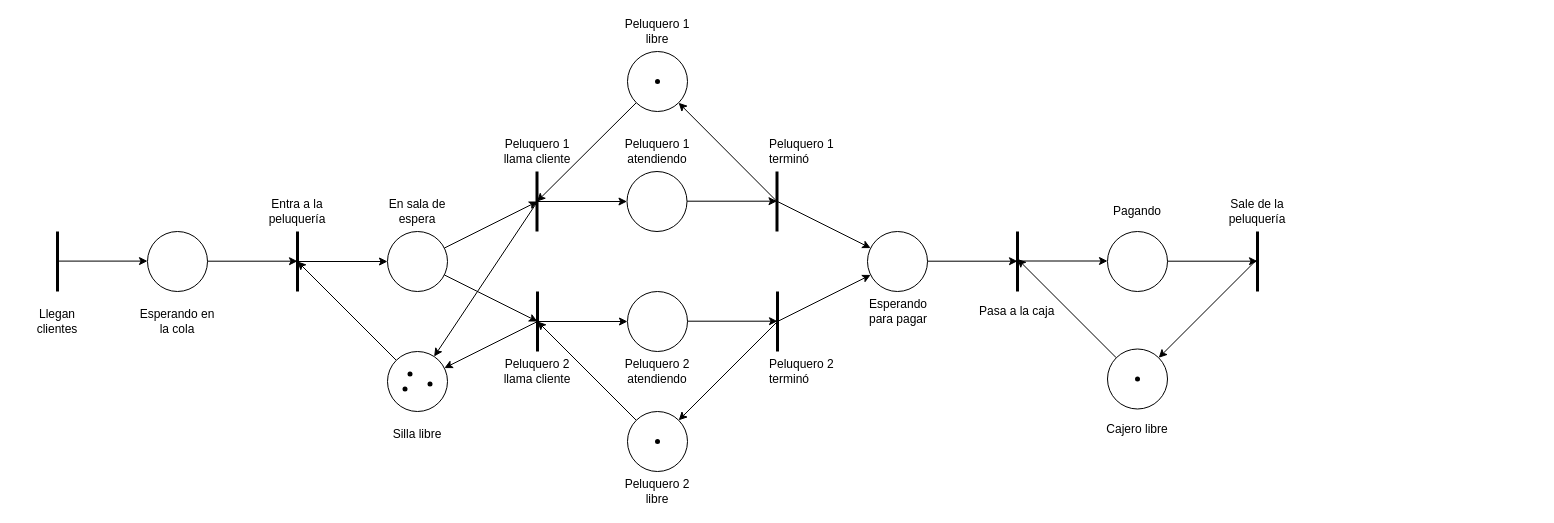
The draw.io diagram RP_3.drawio in mvalleym/ing_software1, before the edit. Source tidied: cells renumbered, new cells numbered last; positions are measured from the earlier drawing's top-left corner, leaving out a move shared by most shapes. Both pictures are drawn from the tidied source at 100%, with x=0, y=0 at pixel (17, 21).
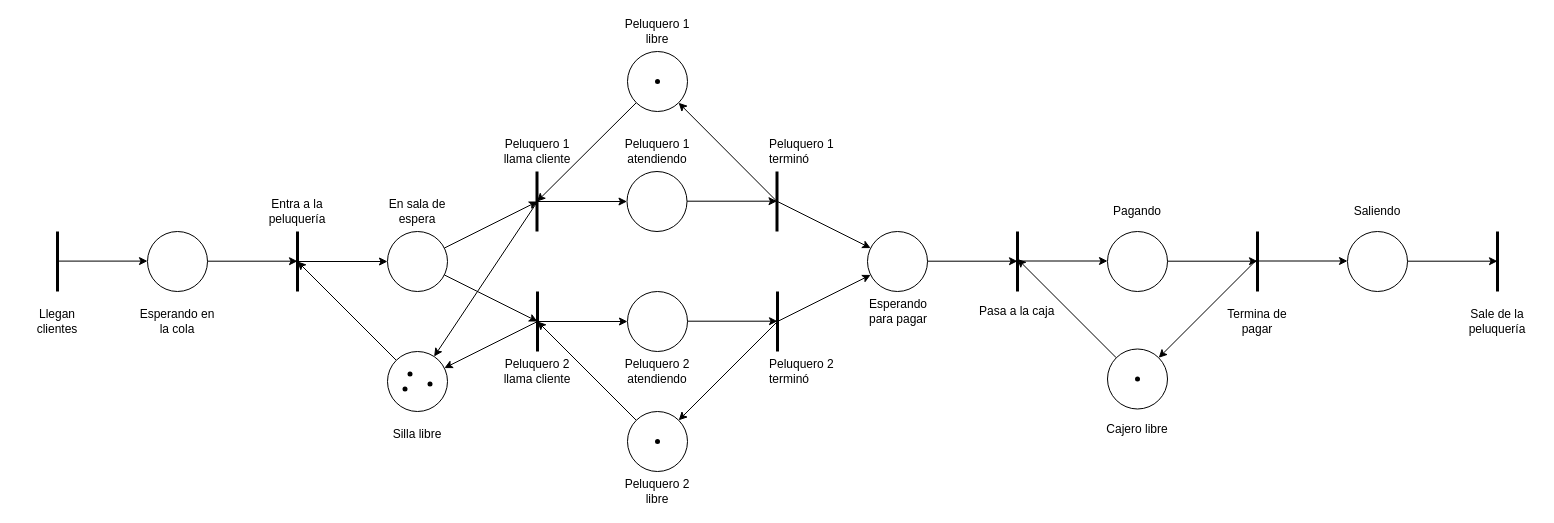
The same diagram, later.

The edit, as a diff of the source:
```diff
@@
-    <mxCell id="55" value="Sale de la peluquería" style="text;html=1;strokeColor=none;fillColor=none;align=center;verticalAlign=middle;whiteSpace=wrap;rounded=0;" parent="1" vertex="1">
-      <mxGeometry x="1200" y="180" width="80" height="20" as="geometry" />
+    <mxCell id="55" value="Termina de pagar" style="text;html=1;strokeColor=none;fillColor=none;align=center;verticalAlign=middle;whiteSpace=wrap;rounded=0;" parent="1" vertex="1">
+      <mxGeometry x="1200" y="290" width="80" height="20" as="geometry" />
     </mxCell>
@@
+    <mxCell id="67" style="endArrow=none;html=1;strokeWidth=3;" parent="1" edge="1">
+      <mxGeometry relative="1" as="geometry">
+        <mxPoint x="1480" y="270" as="sourcePoint" />
+        <mxPoint x="1480" y="210" as="targetPoint" />
+      </mxGeometry>
+    </mxCell>
+    <mxCell id="68" style="ellipse;whiteSpace=wrap;html=1;" parent="1" vertex="1">
+      <mxGeometry x="1330" y="210" width="60" height="60" as="geometry" />
+    </mxCell>
+    <mxCell id="69" style="rounded=0;orthogonalLoop=1;jettySize=auto;html=1;strokeWidth=1;" parent="1" edge="1">
+      <mxGeometry relative="1" as="geometry">
+        <mxPoint x="1390" y="239.7" as="sourcePoint" />
+        <mxPoint x="1480" y="239.7" as="targetPoint" />
+      </mxGeometry>
+    </mxCell>
+    <mxCell id="70" value="Saliendo" style="text;html=1;strokeColor=none;fillColor=none;align=center;verticalAlign=middle;whiteSpace=wrap;rounded=0;" parent="1" vertex="1">
+      <mxGeometry x="1320" y="180" width="80" height="20" as="geometry" />
+    </mxCell>
+    <mxCell id="71" value="Sale de la peluquería" style="text;html=1;strokeColor=none;fillColor=none;align=center;verticalAlign=middle;whiteSpace=wrap;rounded=0;" parent="1" vertex="1">
+      <mxGeometry x="1440" y="290" width="80" height="20" as="geometry" />
+    </mxCell>
+    <mxCell id="72" style="rounded=0;orthogonalLoop=1;jettySize=auto;html=1;strokeWidth=1;" parent="1" edge="1">
+      <mxGeometry relative="1" as="geometry">
+        <mxPoint x="1240" y="239.5" as="sourcePoint" />
+        <mxPoint x="1330" y="239.5" as="targetPoint" />
+      </mxGeometry>
+    </mxCell>
```
